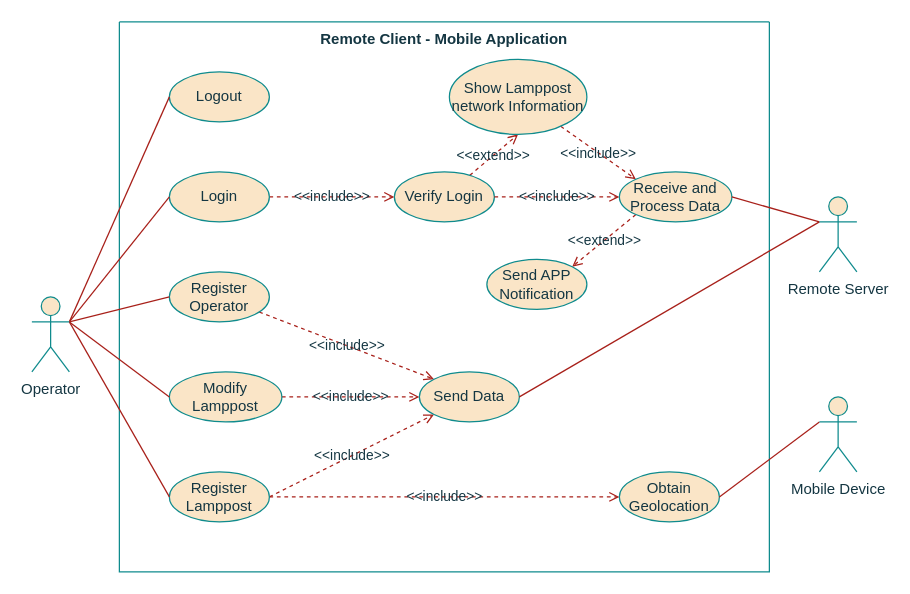
This is page "AppSystem_UseCases" (1 of 7) of project/report/flowcharts/RemoteSystem.drawio from ESRGgroup9/slipad, a draw.io file, before an edit. Source tidied: cells renumbered, new cells numbered last; positions are measured from the earlier drawing's top-left corner, leaving out a move shared by most shapes. Both pictures are drawn from the tidied source at 125%, with x=0, y=0 at pixel (31, 21).
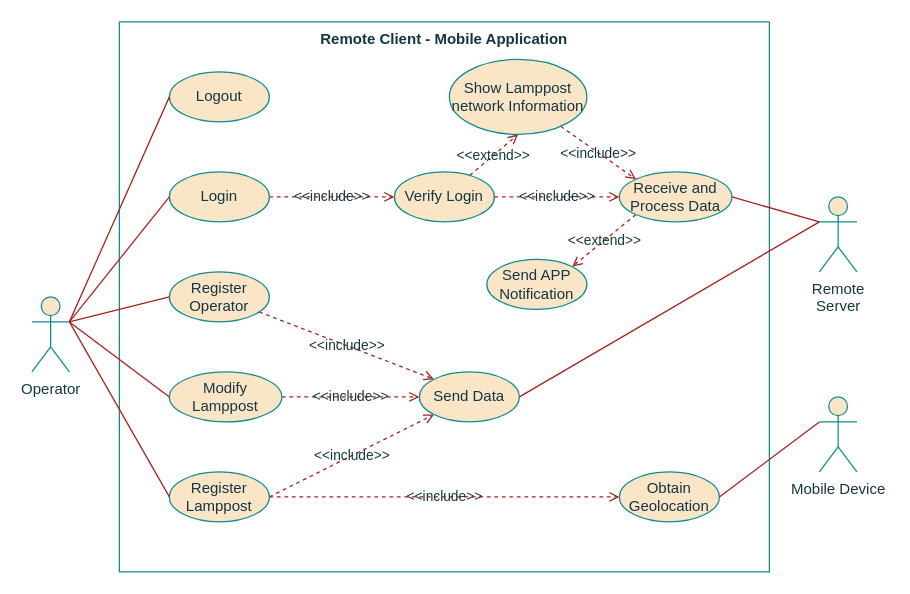
The same page after the edit.

Commit message (it also covers changes not shown here):
Update RemoteSystem.drawio - server use cases

Diff of the diagram source:
```diff
@@
-    <mxCell id="33" value="Remote Server" style="shape=umlActor;verticalLabelPosition=bottom;verticalAlign=top;html=1;outlineConnect=0;fillColor=#FAE5C7;strokeColor=#0F8B8D;fontColor=#143642;" parent="1" vertex="1">
+    <mxCell id="33" value="&lt;div&gt;Remote &lt;br&gt;&lt;/div&gt;&lt;div&gt;Server&lt;/div&gt;" style="shape=umlActor;verticalLabelPosition=bottom;verticalAlign=top;html=1;outlineConnect=0;fillColor=#FAE5C7;strokeColor=#0F8B8D;fontColor=#143642;" parent="1" vertex="1">
       <mxGeometry x="630" y="140" width="30" height="60" as="geometry" />
     </mxCell>
```
